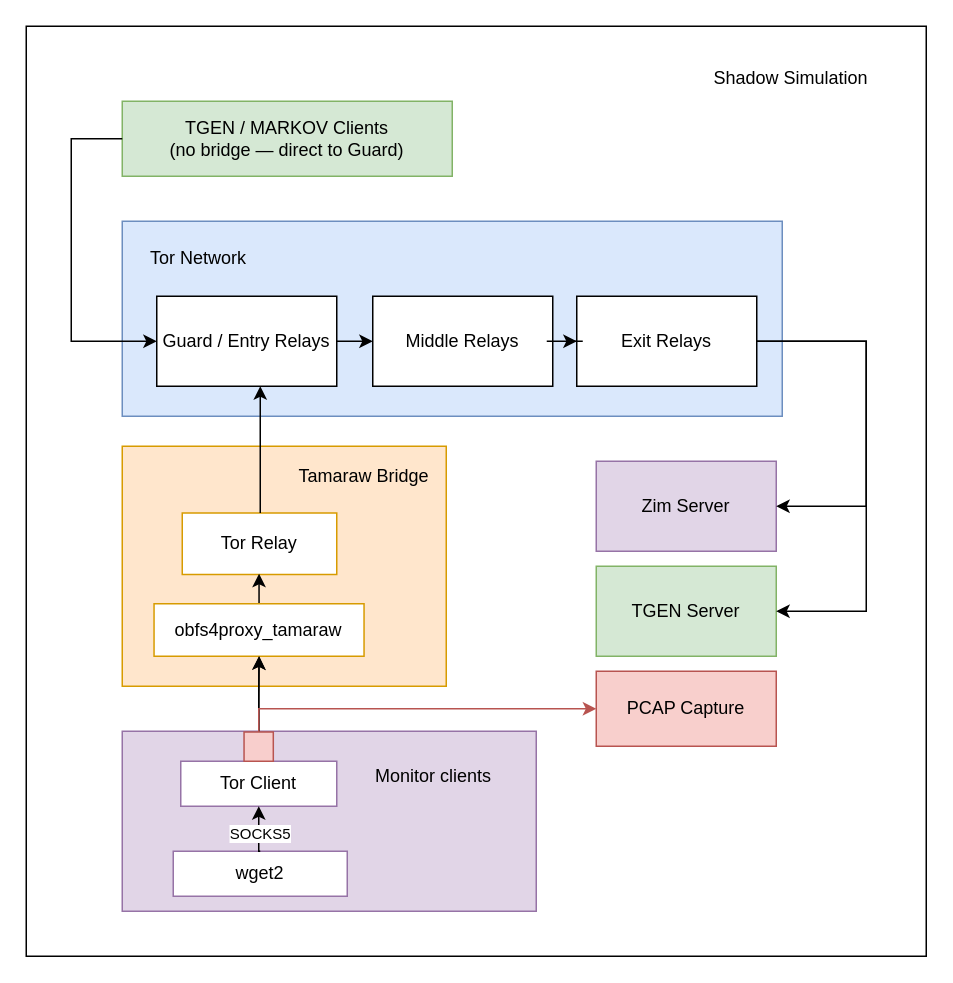
This is page "Tamaraw Setup" (3 of 3) of images/Diagrams.drawio from OliverStaub/BachelorThesis, a draw.io file, before an edit. Source tidied: cells renumbered, new cells numbered last; positions are measured from the earlier drawing's top-left corner, leaving out a move shared by most shapes. Both pictures are drawn from the tidied source at 150%, with x=0, y=0 at pixel (26, 26).
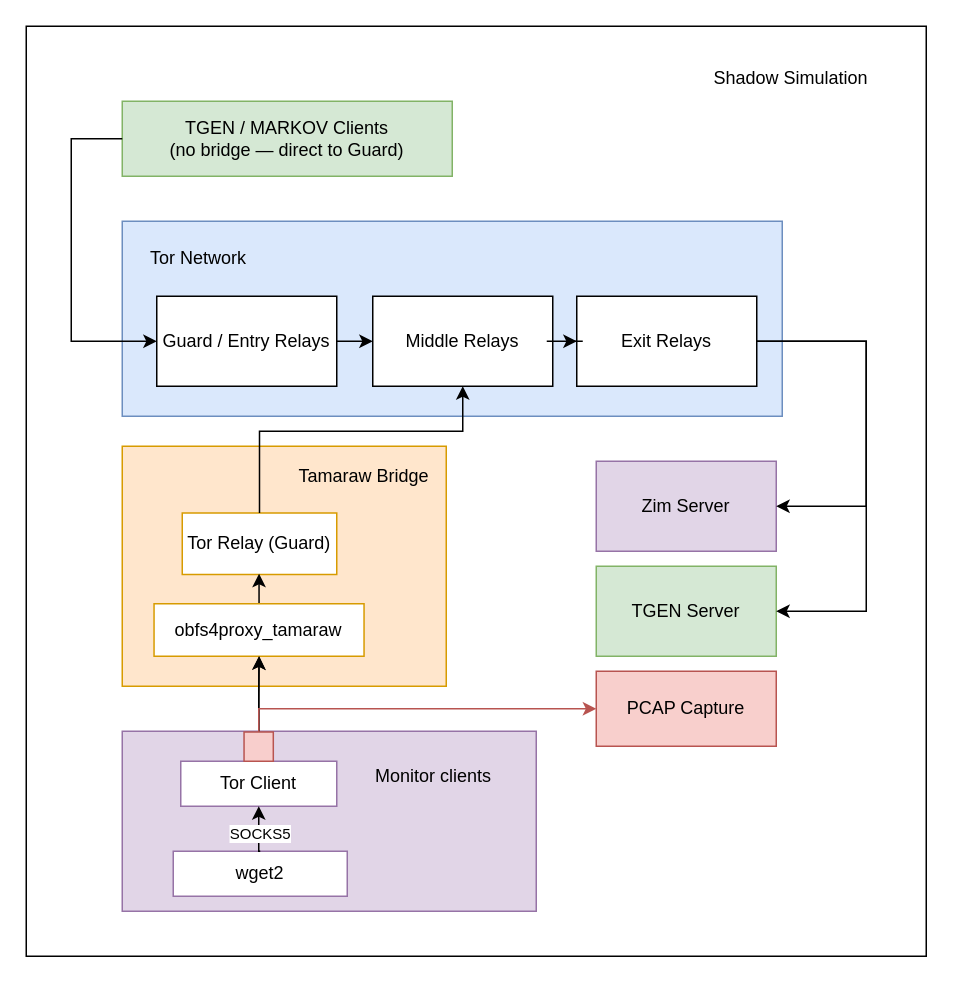
The same page after the edit.

The change refers to these unchanged cells:
```xml
<mxCell id="7" value="Middle Relays" style="rounded=0;whiteSpace=wrap;html=1;" parent="1" vertex="1">
  <mxGeometry x="231" y="180" width="120" height="60" as="geometry" />
</mxCell>
```

Change to the diagram source:
```diff
@@
-    <mxCell id="13" value="Tor Relay" style="rounded=0;whiteSpace=wrap;html=1;fillColor=#ffffff;strokeColor=#d79b00;" parent="1" vertex="1">
+    <mxCell id="13" value="Tor Relay (Guard)" style="rounded=0;whiteSpace=wrap;html=1;fillColor=#ffffff;strokeColor=#d79b00;" parent="1" vertex="1">
       <mxGeometry x="104" y="324.5" width="103" height="41" as="geometry" />
     </mxCell>
@@
-    <mxCell id="16" style="edgeStyle=orthogonalEdgeStyle;rounded=0;jettySize=auto;html=1;strokeColor=#000000;strokeWidth=1;exitX=0.5;exitY=0;exitDx=0;exitDy=0;" parent="1" edge="1" source="13">
-      <mxGeometry relative="1" as="geometry">
-        <mxPoint x="156" y="240" as="targetPoint" />
-        <Array as="points">
-          <mxPoint x="156" y="240" />
-        </Array>
-      </mxGeometry>
-    </mxCell>
+    <mxCell id="34" style="edgeStyle=orthogonalEdgeStyle;rounded=0;jettySize=auto;html=1;strokeColor=#000000;strokeWidth=1;exitX=0.5;exitY=0;exitDx=0;exitDy=0;entryX=0.5;entryY=1;entryDx=0;entryDy=0;" parent="1" edge="1" source="13" target="7">
+      <mxGeometry relative="1" as="geometry">
+        <Array as="points">
+          <mxPoint x="155" y="270" />
+          <mxPoint x="291" y="270" />
+        </Array>
+      </mxGeometry>
+    </mxCell>
```
